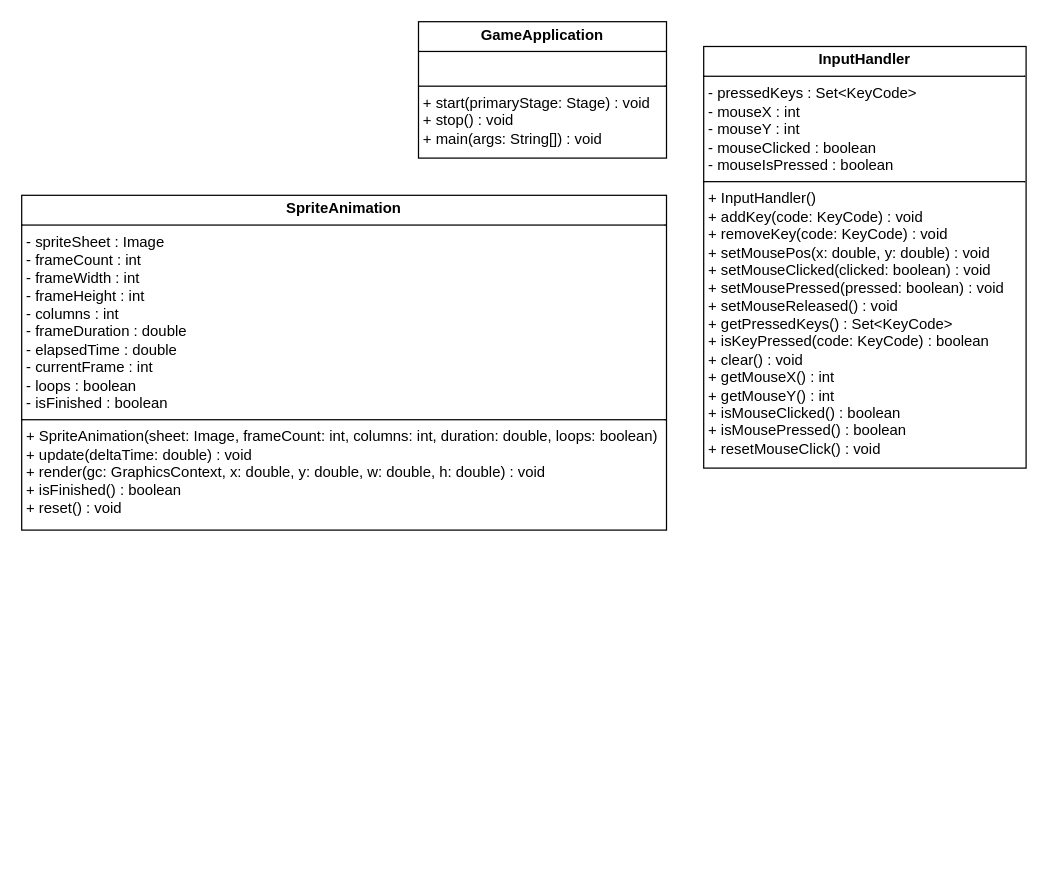
Before: uml/presentation/presentation.drawio in Tuna-ble/Arkanoid, a draw.io diagram. Source tidied: cells renumbered, new cells numbered last; positions are measured from the earlier drawing's top-left corner, leaving out a move shared by most shapes. Both pictures are drawn from the tidied source at 124%, with x=0, y=0 at pixel (21, 21).
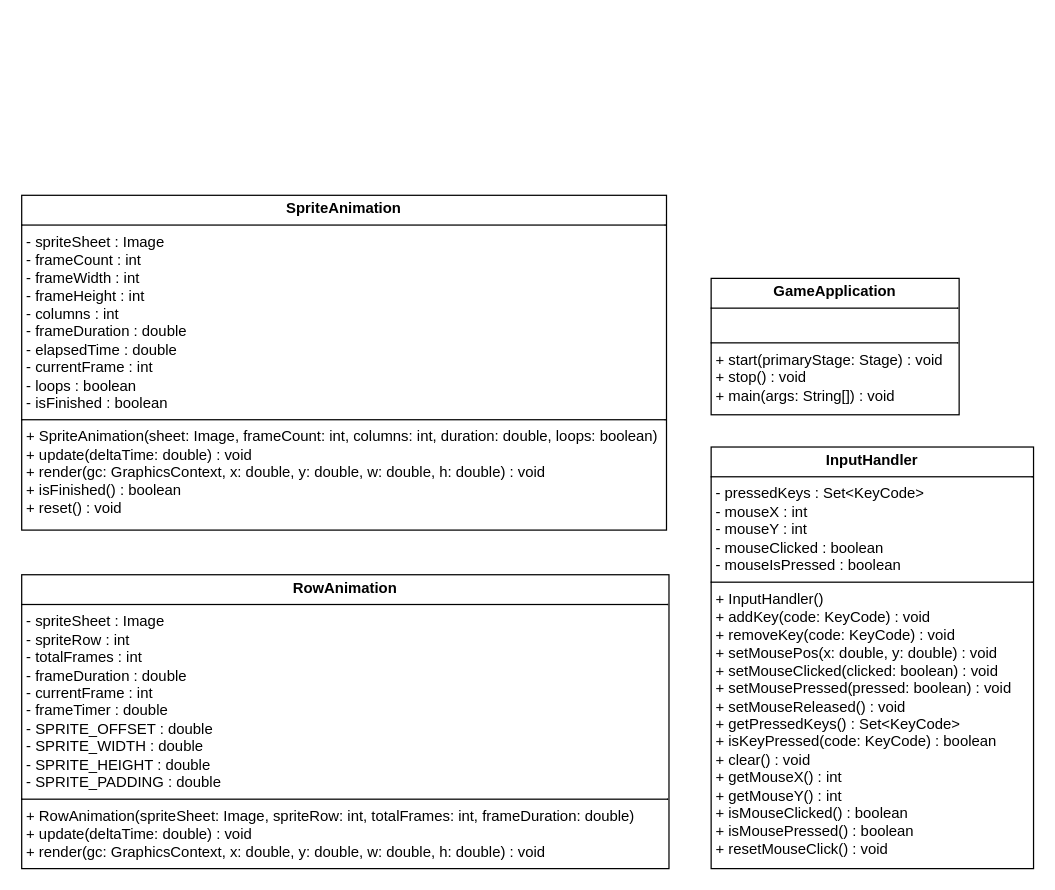
The same diagram, later.

Change to the diagram source:
```diff
@@
 <mxGraphModel>
   <root>
     <mxCell id="0" />
     <mxCell id="1" parent="0" />
     <mxCell id="2" value="&lt;p style=&quot;margin:0px;margin-top:4px;text-align:center;&quot;&gt;&lt;b&gt;GameApplication&lt;/b&gt;&lt;/p&gt;&lt;hr size=&quot;1&quot; style=&quot;border-style:solid;&quot;&gt;&lt;p style=&quot;margin:0px;margin-left:4px;&quot;&gt;&lt;br&gt;&lt;/p&gt;&lt;hr size=&quot;1&quot; style=&quot;border-style:solid;&quot;&gt;&lt;p style=&quot;margin:0px;margin-left:4px;&quot;&gt;+ start(primaryStage: Stage) : void&lt;/p&gt;&lt;p style=&quot;margin:0px;margin-left:4px;&quot;&gt;+ stop() : void&lt;/p&gt;&lt;p style=&quot;margin:0px;margin-left:4px;&quot;&gt;+ main(args: String[]) : void&lt;/p&gt;" style="verticalAlign=top;align=left;overflow=fill;html=1;whiteSpace=wrap;" parent="1" vertex="1">
-      <mxGeometry x="320" width="200" height="110" as="geometry" />
+      <mxGeometry x="556" y="207" width="200" height="110" as="geometry" />
     </mxCell>
     <mxCell id="3" value="&lt;p style=&quot;margin:0px;margin-top:4px;text-align:center;&quot;&gt;&lt;b&gt;InputHandler&lt;/b&gt;&lt;/p&gt;&lt;hr size=&quot;1&quot; style=&quot;border-style:solid;&quot;&gt;&lt;p style=&quot;margin:0px;margin-left:4px;&quot;&gt;- pressedKeys : Set&amp;lt;KeyCode&amp;gt;&lt;/p&gt;&lt;p style=&quot;margin:0px;margin-left:4px;&quot;&gt;- mouseX : int&lt;/p&gt;&lt;p style=&quot;margin:0px;margin-left:4px;&quot;&gt;- mouseY : int&lt;/p&gt;&lt;p style=&quot;margin:0px;margin-left:4px;&quot;&gt;- mouseClicked : boolean&lt;/p&gt;&lt;p style=&quot;margin:0px;margin-left:4px;&quot;&gt;- mouseIsPressed : boolean&lt;/p&gt;&lt;hr size=&quot;1&quot; style=&quot;border-style:solid;&quot;&gt;&lt;p style=&quot;margin:0px;margin-left:4px;&quot;&gt;+ InputHandler()&lt;/p&gt;&lt;p style=&quot;margin:0px;margin-left:4px;&quot;&gt;+ addKey(code: KeyCode) : void&lt;/p&gt;&lt;p style=&quot;margin:0px;margin-left:4px;&quot;&gt;+ removeKey(code: KeyCode) : void&lt;/p&gt;&lt;p style=&quot;margin:0px;margin-left:4px;&quot;&gt;+ setMousePos(x: double, y: double) : void&lt;/p&gt;&lt;p style=&quot;margin:0px;margin-left:4px;&quot;&gt;+ setMouseClicked(clicked: boolean) : void&lt;/p&gt;&lt;p style=&quot;margin:0px;margin-left:4px;&quot;&gt;+ setMousePressed(pressed: boolean) : void&lt;/p&gt;&lt;p style=&quot;margin:0px;margin-left:4px;&quot;&gt;+ setMouseReleased() : void&lt;/p&gt;&lt;p style=&quot;margin:0px;margin-left:4px;&quot;&gt;+ getPressedKeys() : Set&amp;lt;KeyCode&amp;gt;&lt;/p&gt;&lt;p style=&quot;margin:0px;margin-left:4px;&quot;&gt;+ isKeyPressed(code: KeyCode) : boolean&lt;/p&gt;&lt;p style=&quot;margin:0px;margin-left:4px;&quot;&gt;+ clear() : void&lt;/p&gt;&lt;p style=&quot;margin:0px;margin-left:4px;&quot;&gt;+ getMouseX() : int&lt;/p&gt;&lt;p style=&quot;margin:0px;margin-left:4px;&quot;&gt;+ getMouseY() : int&lt;/p&gt;&lt;p style=&quot;margin:0px;margin-left:4px;&quot;&gt;+ isMouseClicked() : boolean&lt;/p&gt;&lt;p style=&quot;margin:0px;margin-left:4px;&quot;&gt;+ isMousePressed() : boolean&lt;/p&gt;&lt;p style=&quot;margin:0px;margin-left:4px;&quot;&gt;+ resetMouseClick() : void&lt;/p&gt;" style="verticalAlign=top;align=left;overflow=fill;html=1;whiteSpace=wrap;" parent="1" vertex="1">
-      <mxGeometry x="550" y="20" width="260" height="340" as="geometry" />
+      <mxGeometry x="556" y="343" width="260" height="340" as="geometry" />
     </mxCell>
     <mxCell id="4" value="&lt;p style=&quot;margin:0px;margin-top:4px;text-align:center;&quot;&gt;&lt;b&gt;SpriteAnimation&lt;/b&gt;&lt;/p&gt;&lt;hr size=&quot;1&quot; style=&quot;border-style:solid;&quot;&gt;&lt;p style=&quot;margin:0px;margin-left:4px;&quot;&gt;- spriteSheet : Image&lt;/p&gt;&lt;p style=&quot;margin:0px;margin-left:4px;&quot;&gt;- frameCount : int&lt;/p&gt;&lt;p style=&quot;margin:0px;margin-left:4px;&quot;&gt;- frameWidth : int&lt;/p&gt;&lt;p style=&quot;margin:0px;margin-left:4px;&quot;&gt;- frameHeight : int&lt;/p&gt;&lt;p style=&quot;margin:0px;margin-left:4px;&quot;&gt;- columns : int&lt;/p&gt;&lt;p style=&quot;margin:0px;margin-left:4px;&quot;&gt;- frameDuration : double&lt;/p&gt;&lt;p style=&quot;margin:0px;margin-left:4px;&quot;&gt;- elapsedTime : double&lt;/p&gt;&lt;p style=&quot;margin:0px;margin-left:4px;&quot;&gt;- currentFrame : int&lt;/p&gt;&lt;p style=&quot;margin:0px;margin-left:4px;&quot;&gt;- loops : boolean&lt;/p&gt;&lt;p style=&quot;margin:0px;margin-left:4px;&quot;&gt;- isFinished : boolean&lt;/p&gt;&lt;hr size=&quot;1&quot; style=&quot;border-style:solid;&quot;&gt;&lt;p style=&quot;margin:0px;margin-left:4px;&quot;&gt;+ SpriteAnimation(sheet: Image, frameCount: int, columns: int, duration: double, loops: boolean)&lt;/p&gt;&lt;p style=&quot;margin:0px;margin-left:4px;&quot;&gt;+ update(deltaTime: double) : void&lt;/p&gt;&lt;p style=&quot;margin:0px;margin-left:4px;&quot;&gt;+ render(gc: GraphicsContext, x: double, y: double, w: double, h: double) : void&lt;/p&gt;&lt;p style=&quot;margin:0px;margin-left:4px;&quot;&gt;+ isFinished() : boolean&lt;/p&gt;&lt;p style=&quot;margin:0px;margin-left:4px;&quot;&gt;+ reset() : void&lt;/p&gt;" style="verticalAlign=top;align=left;overflow=fill;html=1;whiteSpace=wrap;" parent="1" vertex="1">
       <mxGeometry y="140" width="520" height="270" as="geometry" />
     </mxCell>
+    <mxCell id="5" value="&lt;p style=&quot;margin:0px;margin-top:4px;text-align:center;&quot;&gt;&lt;b&gt;RowAnimation&lt;/b&gt;&lt;/p&gt;&lt;hr size=&quot;1&quot; style=&quot;border-style:solid;&quot;&gt;&lt;p style=&quot;margin:0px;margin-left:4px;&quot;&gt;- spriteSheet : Image&lt;/p&gt;&lt;p style=&quot;margin:0px;margin-left:4px;&quot;&gt;- spriteRow : int&lt;/p&gt;&lt;p style=&quot;margin:0px;margin-left:4px;&quot;&gt;- totalFrames : int&lt;/p&gt;&lt;p style=&quot;margin:0px;margin-left:4px;&quot;&gt;- frameDuration : double&lt;/p&gt;&lt;p style=&quot;margin:0px;margin-left:4px;&quot;&gt;- currentFrame : int&lt;/p&gt;&lt;p style=&quot;margin:0px;margin-left:4px;&quot;&gt;- frameTimer : double&lt;/p&gt;&lt;p style=&quot;margin:0px;margin-left:4px;&quot;&gt;- SPRITE_OFFSET : double&lt;/p&gt;&lt;p style=&quot;margin:0px;margin-left:4px;&quot;&gt;- SPRITE_WIDTH : double&lt;/p&gt;&lt;p style=&quot;margin:0px;margin-left:4px;&quot;&gt;- SPRITE_HEIGHT : double&lt;/p&gt;&lt;p style=&quot;margin:0px;margin-left:4px;&quot;&gt;- SPRITE_PADDING : double&lt;/p&gt;&lt;hr size=&quot;1&quot; style=&quot;border-style:solid;&quot;&gt;&lt;p style=&quot;margin:0px;margin-left:4px;&quot;&gt;+ RowAnimation(spriteSheet: Image, spriteRow: int, totalFrames: int, frameDuration: double)&lt;/p&gt;&lt;p style=&quot;margin:0px;margin-left:4px;&quot;&gt;+ update(deltaTime: double) : void&lt;/p&gt;&lt;p style=&quot;margin:0px;margin-left:4px;&quot;&gt;+ render(gc: GraphicsContext, x: double, y: double, w: double, h: double) : void&lt;/p&gt;" style="verticalAlign=top;align=left;overflow=fill;html=1;whiteSpace=wrap;" parent="1" vertex="1">
+      <mxGeometry y="446" width="522" height="237" as="geometry" />
+    </mxCell>
   </root>
 </mxGraphModel>
```
